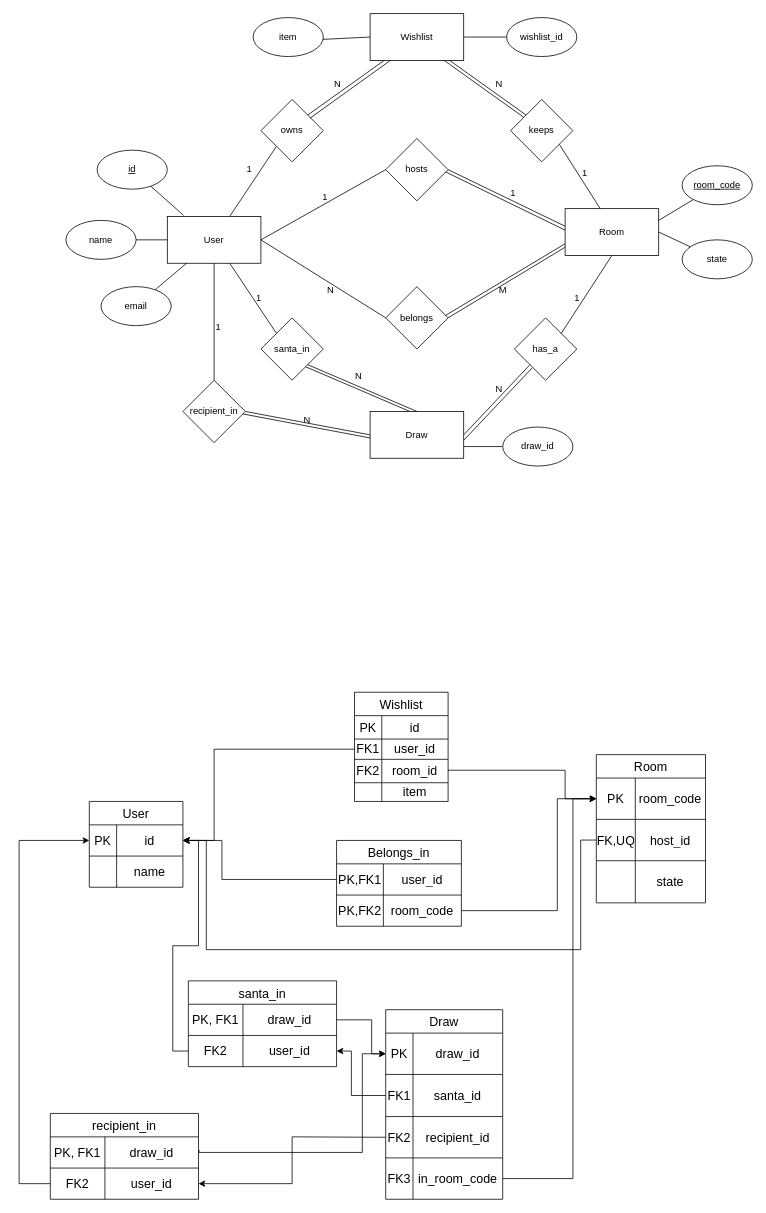
Above: project secret santa/erd w_ erm (5).drawio.xml in SuchWowEl/ssis (draw.io), before the change. Source tidied: cells renumbered, new cells numbered last; positions are measured from the earlier drawing's top-left corner, leaving out a move shared by most shapes. Both pictures are drawn from the tidied source at 78%, with x=0, y=0 at pixel (19, 13).
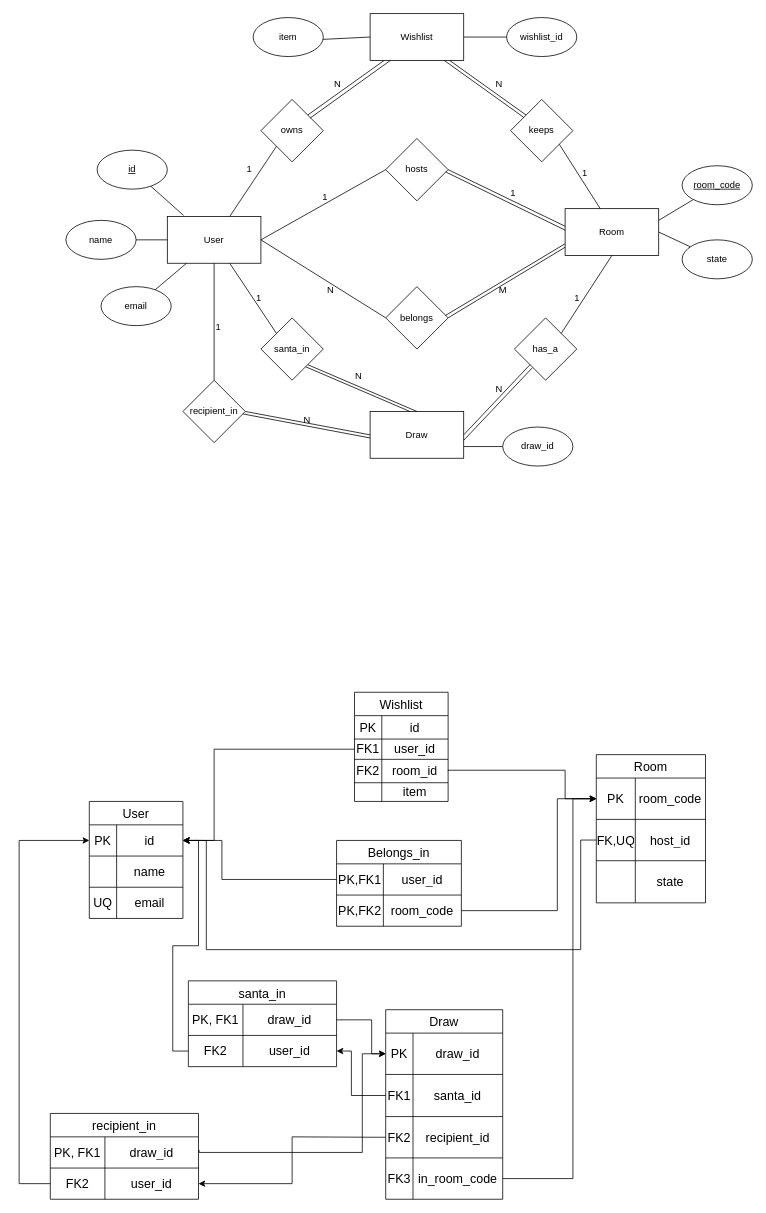
The same diagram, later.

Commit message:
ERM: user->email

The edit, as a diff of the source:
```diff
@@
     <mxCell id="59" value="User" style="shape=table;startSize=30;childLayout=tableLayout;strokeColor=default;fontSize=16;" parent="1" vertex="1">
-      <mxGeometry x="90" y="1010" width="120" height="110" as="geometry" />
+      <mxGeometry x="90" y="1010" width="120" height="150" as="geometry" />
     </mxCell>
@@
+    <mxCell id="140" style="shape=tableRow;horizontal=0;startSize=0;swimlaneHead=0;swimlaneBody=0;strokeColor=inherit;top=0;left=0;bottom=0;right=0;fillColor=none;fontSize=16;" parent="59" vertex="1">
+      <mxGeometry y="110" width="120" height="40" as="geometry" />
+    </mxCell>
+    <mxCell id="141" value="UQ" style="shape=partialRectangle;html=1;whiteSpace=wrap;strokeColor=inherit;overflow=hidden;fillColor=none;top=0;left=0;bottom=0;right=0;fontSize=16;" parent="140" vertex="1">
+      <mxGeometry width="35" height="40" as="geometry" />
+    </mxCell>
+    <mxCell id="142" value="email" style="shape=partialRectangle;html=1;whiteSpace=wrap;strokeColor=inherit;overflow=hidden;fillColor=none;top=0;left=0;bottom=0;right=0;fontSize=16;" parent="140" vertex="1">
+      <mxGeometry x="35" width="85" height="40" as="geometry" />
+    </mxCell>
```
